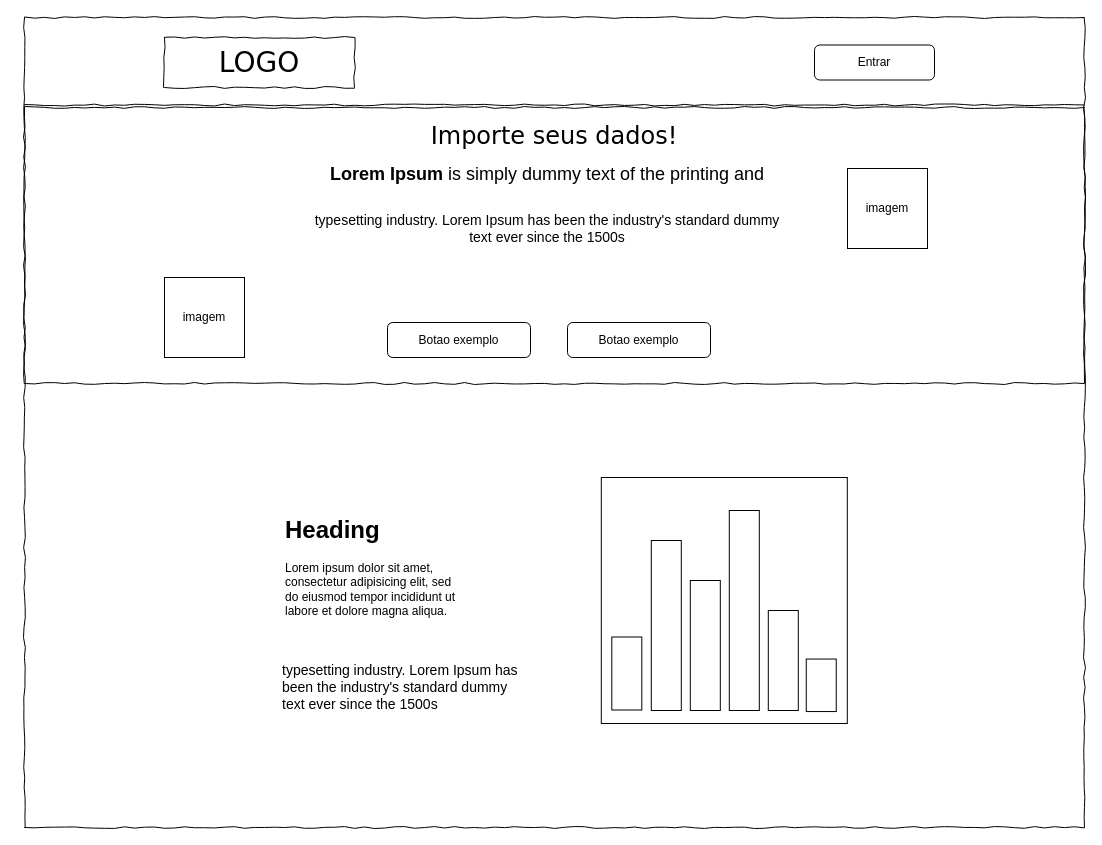
This is page "Página inicial" (1 of 6) of wireframe.drawio from zanellaz/javascripto, a draw.io file, before an edit. Source tidied: cells renumbered, new cells numbered last; positions are measured from the earlier drawing's top-left corner, leaving out a move shared by most shapes. Both pictures are drawn from the tidied source at 100%, with x=0, y=0 at pixel (17, 17).
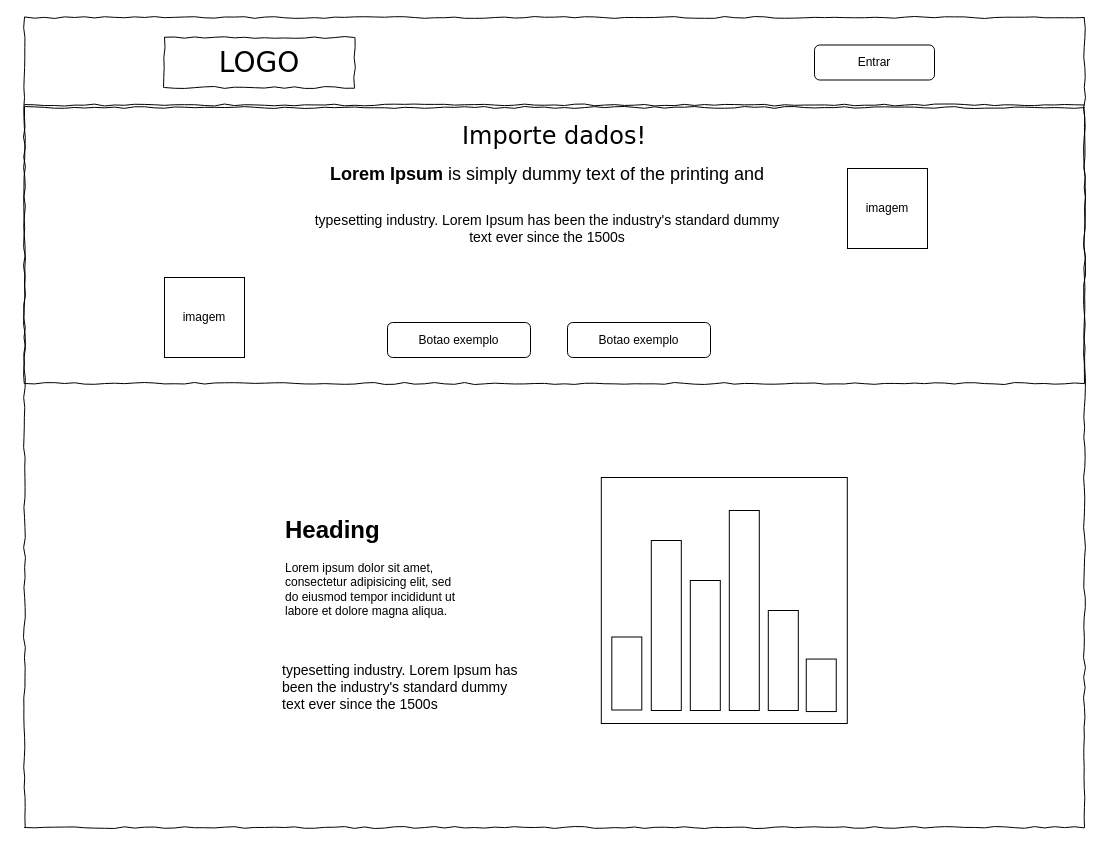
Above is the later version.

What changed in the source:
```diff
@@
-    <mxCell id="5" value="&lt;font style=&quot;font-size: 24px;&quot;&gt;Importe seus dados!&lt;/font&gt;" style="whiteSpace=wrap;html=1;rounded=0;shadow=0;labelBackgroundColor=none;strokeWidth=1;fillColor=none;fontFamily=Verdana;fontSize=12;align=center;verticalAlign=top;spacing=10;comic=1;" parent="1" vertex="1">
+    <mxCell id="5" value="&lt;font style=&quot;font-size: 24px;&quot;&gt;Importe dados!&lt;/font&gt;" style="whiteSpace=wrap;html=1;rounded=0;shadow=0;labelBackgroundColor=none;strokeWidth=1;fillColor=none;fontFamily=Verdana;fontSize=12;align=center;verticalAlign=top;spacing=10;comic=1;" parent="1" vertex="1">
       <mxGeometry x="7" y="90" width="1060" height="276" as="geometry" />
     </mxCell>
```
